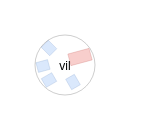
RomanPolansky/worldUML keeps this draw.io diagram as Диаграмма без названия.drawio. Above is the earlier version. Source tidied: cells renumbered, new cells numbered last; positions are measured from the earlier drawing's top-left corner, leaving out a move shared by most shapes. Both pictures are drawn from the tidied source at 200%, with x=0, y=0 at pixel (34, 34).
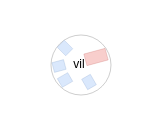
After the change.

Diff of the diagram source:
```diff
@@
 <mxGraphModel>
   <root>
     <mxCell id="0" />
     <mxCell id="1" parent="0" />
+    <mxCell id="9" style="group;" parent="1" vertex="1">
+      <mxGeometry x="8" width="30" height="30" as="geometry" />
+    </mxCell>
+    <mxCell id="7" style="ellipse;whiteSpace=wrap;html=1;fillColor=none;strokeWidth=0;" parent="9" vertex="1">
+      <mxGeometry width="30" height="30" as="geometry" />
+    </mxCell>
-    <mxCell id="2" style="rounded=0;whiteSpace=wrap;html=1;strokeWidth=0;fillColor=#dae8fc;strokeColor=#6c8ebf;rotation=45;" parent="1" vertex="1">
+    <mxCell id="2" style="rounded=0;whiteSpace=wrap;html=1;strokeWidth=0;fillColor=#dae8fc;strokeColor=#6c8ebf;rotation=45;" parent="9" vertex="1">
       <mxGeometry x="4" y="4" width="6" height="5" as="geometry" />
     </mxCell>
-    <mxCell id="3" style="rounded=0;whiteSpace=wrap;html=1;strokeWidth=0;fillColor=#dae8fc;strokeColor=#6c8ebf;rotation=-15;" parent="1" vertex="1">
+    <mxCell id="3" style="rounded=0;whiteSpace=wrap;html=1;strokeWidth=0;fillColor=#dae8fc;strokeColor=#6c8ebf;rotation=-15;" parent="9" vertex="1">
       <mxGeometry x="1" y="13" width="6" height="5" as="geometry" />
     </mxCell>
-    <mxCell id="4" style="rounded=0;whiteSpace=wrap;html=1;strokeWidth=0;fillColor=#dae8fc;strokeColor=#6c8ebf;rotation=-30;" parent="1" vertex="1">
+    <mxCell id="4" style="rounded=0;whiteSpace=wrap;html=1;strokeWidth=0;fillColor=#dae8fc;strokeColor=#6c8ebf;rotation=-30;" parent="9" vertex="1">
       <mxGeometry x="4" y="20" width="6" height="5" as="geometry" />
     </mxCell>
-    <mxCell id="5" style="rounded=0;whiteSpace=wrap;html=1;strokeWidth=0;fillColor=#dae8fc;strokeColor=#6c8ebf;rotation=60;" parent="1" vertex="1">
+    <mxCell id="5" style="rounded=0;whiteSpace=wrap;html=1;strokeWidth=0;fillColor=#dae8fc;strokeColor=#6c8ebf;rotation=60;" parent="9" vertex="1">
       <mxGeometry x="16" y="21" width="6" height="5" as="geometry" />
     </mxCell>
-    <mxCell id="6" style="rounded=0;whiteSpace=wrap;html=1;strokeWidth=0;fillColor=#f8cecc;strokeColor=#b85450;rotation=-15;" parent="1" vertex="1">
+    <mxCell id="6" style="rounded=0;whiteSpace=wrap;html=1;strokeWidth=0;fillColor=#f8cecc;strokeColor=#b85450;rotation=-15;" parent="9" vertex="1">
       <mxGeometry x="17" y="8" width="11" height="6" as="geometry" />
     </mxCell>
-    <mxCell id="7" style="ellipse;whiteSpace=wrap;html=1;fillColor=none;strokeWidth=0;" parent="1" vertex="1">
-      <mxGeometry width="30" height="30" as="geometry" />
-    </mxCell>
-    <mxCell id="8" value="vil" style="text;html=1;strokeColor=none;fillColor=none;align=center;verticalAlign=middle;whiteSpace=wrap;rounded=0;fontSize=6;" parent="1" vertex="1">
-      <mxGeometry x="11.5" y="12.5" width="7" height="6" as="geometry" />
+    <mxCell id="8" value="vil" style="text;html=1;strokeColor=none;fillColor=none;align=center;verticalAlign=middle;whiteSpace=wrap;rounded=0;fontSize=6;" parent="9" vertex="1">
+      <mxGeometry x="11" y="12" width="7" height="6" as="geometry" />
     </mxCell>
   </root>
 </mxGraphModel>
```
